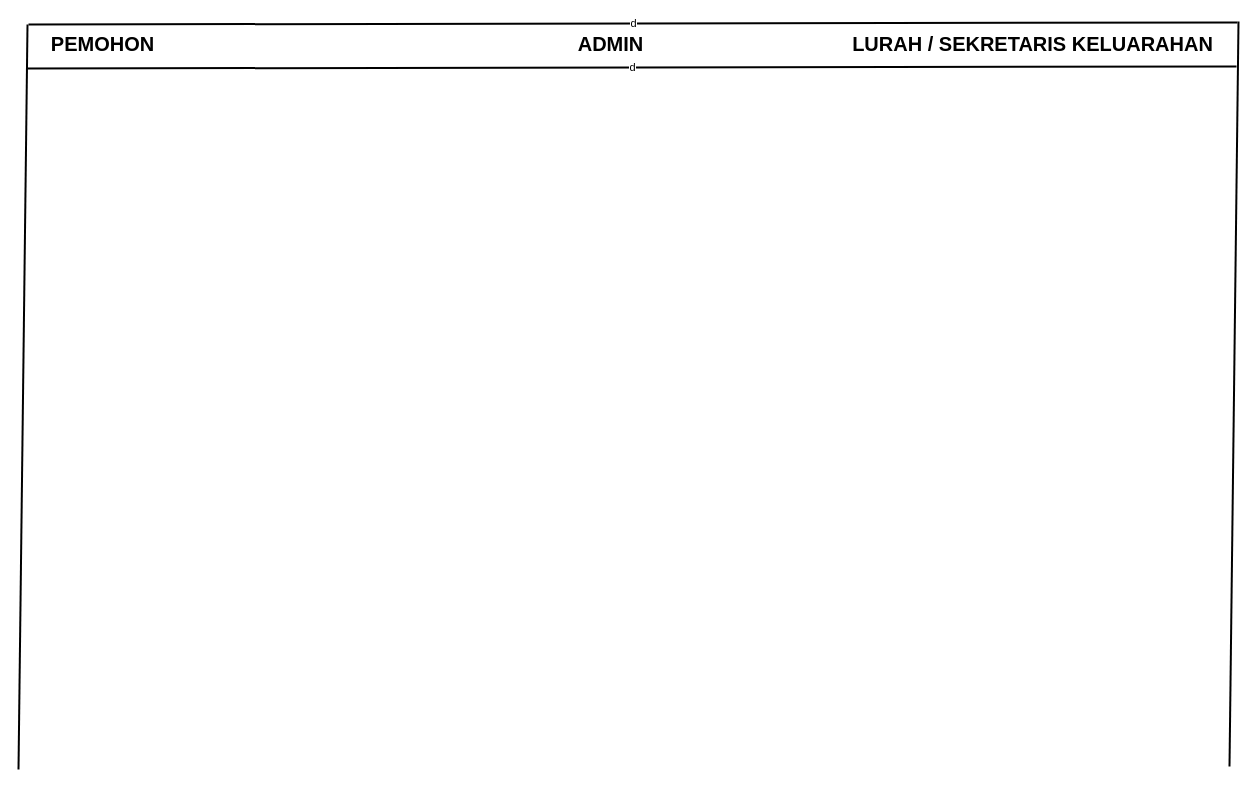
Earlier version of the draw.io diagram Entity PKL.drawio (dickisepto/Latihan-GIT). Source tidied: cells renumbered, new cells numbered last; positions are measured from the earlier drawing's top-left corner, leaving out a move shared by most shapes. Both pictures are drawn from the tidied source at 100%, with x=0, y=0 at pixel (18, 21).
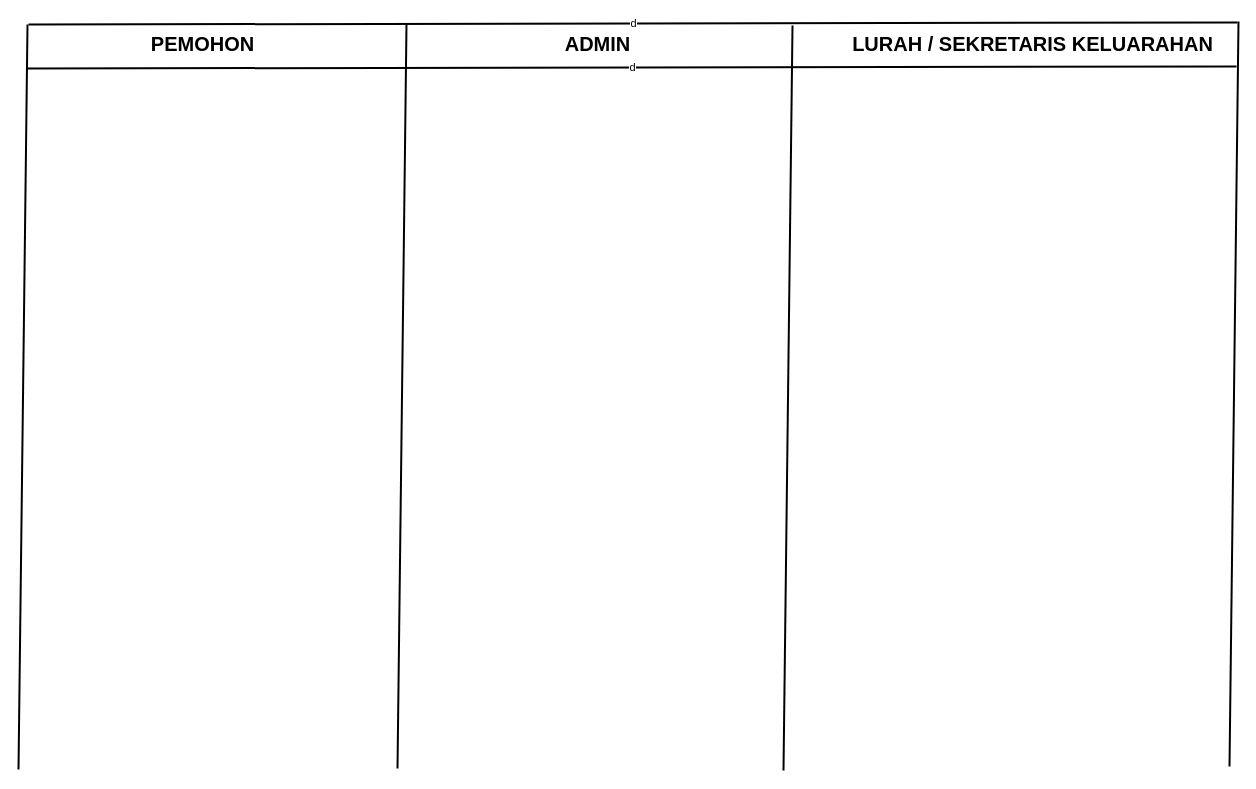
The same diagram, later.

Diff of the diagram source:
```diff
@@
 <mxGraphModel>
   <root>
     <mxCell id="0" />
     <mxCell id="1" parent="0" />
     <mxCell id="2" value="d" style="endArrow=none;html=1;rounded=0;strokeColor=default;strokeWidth=2;" parent="1" edge="1">
       <mxGeometry relative="1" as="geometry">
         <mxPoint x="10" y="3" as="sourcePoint" />
         <mxPoint x="1219" y="1" as="targetPoint" />
       </mxGeometry>
     </mxCell>
     <mxCell id="3" value="PEMOHON" style="text;html=1;align=center;verticalAlign=middle;strokeColor=none;fillColor=none;fontSize=20;strokeWidth=2;fontStyle=1;" parent="1" vertex="1">
-      <mxGeometry x="23" y="4" width="121" height="36" as="geometry" />
+      <mxGeometry x="123" y="4" width="121" height="36" as="geometry" />
     </mxCell>
     <mxCell id="4" value="ADMIN" style="text;html=1;align=center;verticalAlign=middle;fontSize=20;strokeWidth=2;fontStyle=1;" parent="1" vertex="1">
-      <mxGeometry x="550" y="4" width="84" height="36" as="geometry" />
+      <mxGeometry x="537" y="4" width="84" height="36" as="geometry" />
     </mxCell>
     <mxCell id="5" value="LURAH / SEKRETARIS KELUARAHAN" style="text;html=1;align=center;verticalAlign=middle;strokeColor=none;fillColor=none;fontSize=20;strokeWidth=2;fontStyle=1;" parent="1" vertex="1">
       <mxGeometry x="824" y="4" width="379" height="36" as="geometry" />
     </mxCell>
     <mxCell id="6" value="d" style="endArrow=none;html=1;rounded=0;strokeColor=default;strokeWidth=2;" parent="1" edge="1">
       <mxGeometry relative="1" as="geometry">
         <mxPoint x="9" y="47" as="sourcePoint" />
         <mxPoint x="1218" y="45" as="targetPoint" />
       </mxGeometry>
     </mxCell>
     <mxCell id="7" style="endArrow=none;html=1;rounded=0;fontSize=12;startSize=8;endSize=8;curved=1;strokeWidth=2;" parent="1" edge="1">
       <mxGeometry relative="1" as="geometry">
         <mxPoint y="748" as="sourcePoint" />
         <mxPoint x="9" y="3" as="targetPoint" />
       </mxGeometry>
     </mxCell>
     <mxCell id="8" style="endArrow=none;html=1;rounded=0;fontSize=12;startSize=8;endSize=8;curved=1;strokeWidth=2;" parent="1" edge="1">
       <mxGeometry relative="1" as="geometry">
         <mxPoint x="1211" y="745" as="sourcePoint" />
         <mxPoint x="1220" as="targetPoint" />
       </mxGeometry>
     </mxCell>
+    <mxCell id="9" style="endArrow=none;html=1;rounded=0;fontSize=12;startSize=8;endSize=8;curved=1;strokeWidth=2;" parent="1" edge="1">
+      <mxGeometry relative="1" as="geometry">
+        <mxPoint x="379" y="747" as="sourcePoint" />
+        <mxPoint x="388" y="2" as="targetPoint" />
+      </mxGeometry>
+    </mxCell>
+    <mxCell id="10" style="endArrow=none;html=1;rounded=0;fontSize=12;startSize=8;endSize=8;curved=1;strokeWidth=2;" parent="1" edge="1">
+      <mxGeometry relative="1" as="geometry">
+        <mxPoint x="765" y="749" as="sourcePoint" />
+        <mxPoint x="774" y="4" as="targetPoint" />
+      </mxGeometry>
+    </mxCell>
   </root>
 </mxGraphModel>
```
